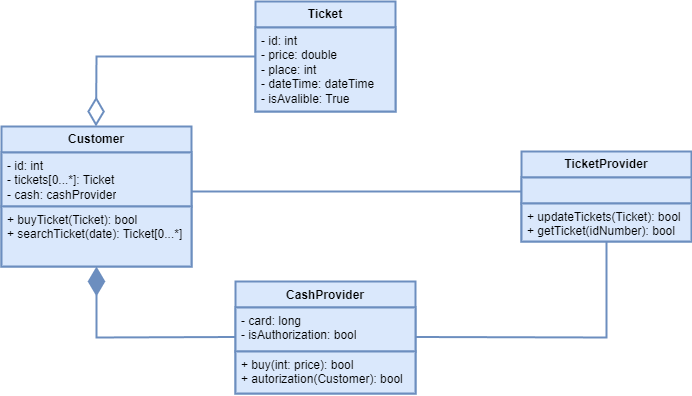
Above: hw04/UML.png in PavelVolchenko/SoftwareArchitecture (draw.io), before the change. Source tidied: cells renumbered, new cells last; positions are measured from the earlier drawing's top-left corner, leaving out a move shared by most shapes. Its diagram source:
```xml
<mxGraphModel>
  <root>
    <mxCell id="0" />
    <mxCell id="1" parent="0" />
    <mxCell id="2" value="&lt;b&gt;Ticket&lt;/b&gt;" style="swimlane;fontStyle=0;horizontal=1;startSize=26;fillColor=#dae8fc;whiteSpace=wrap;html=1;strokeColor=#6c8ebf;strokeWidth=2;" parent="1" vertex="1">
      <mxGeometry x="254" width="140" height="110" as="geometry" />
    </mxCell>
    <mxCell id="3" value="- id: int&lt;br&gt;- price: double&lt;br&gt;- place: int&lt;br&gt;- dateTime: dateTime&lt;br&gt;- isAvalible: True" style="text;strokeColor=#6c8ebf;fillColor=#dae8fc;align=left;verticalAlign=top;spacingLeft=4;spacingRight=4;overflow=hidden;whiteSpace=wrap;html=1;strokeWidth=2;" parent="2" vertex="1">
      <mxGeometry y="26" width="140" height="84" as="geometry" />
    </mxCell>
    <mxCell id="4" value="&lt;b&gt;Customer&lt;/b&gt;" style="swimlane;fontStyle=0;horizontal=1;startSize=26;fillColor=#dae8fc;whiteSpace=wrap;html=1;strokeColor=#6c8ebf;strokeWidth=2;" parent="1" vertex="1">
      <mxGeometry y="125" width="190" height="140" as="geometry" />
    </mxCell>
    <mxCell id="5" value="- id: int&lt;br&gt;- tickets[0...*]: Ticket&lt;br&gt;- cash: cashProvider" style="text;strokeColor=#6c8ebf;fillColor=#dae8fc;align=left;verticalAlign=top;spacingLeft=4;spacingRight=4;overflow=hidden;whiteSpace=wrap;html=1;strokeWidth=2;" parent="4" vertex="1">
      <mxGeometry y="26" width="190" height="54" as="geometry" />
    </mxCell>
    <mxCell id="6" value="+ buyTicket(Ticket): bool&lt;br&gt;+ searchTicket(date): Ticket[0...*]" style="text;strokeColor=#6c8ebf;fillColor=#dae8fc;align=left;verticalAlign=top;spacingLeft=4;spacingRight=4;overflow=hidden;points=[[0,0.5],[1,0.5]];portConstraint=eastwest;whiteSpace=wrap;html=1;strokeWidth=2;" parent="4" vertex="1">
      <mxGeometry y="80" width="190" height="60" as="geometry" />
    </mxCell>
    <mxCell id="7" value="&lt;b&gt;TicketProvider&lt;/b&gt;" style="swimlane;fontStyle=0;horizontal=1;startSize=26;fillColor=#dae8fc;whiteSpace=wrap;html=1;strokeColor=#6c8ebf;strokeWidth=2;" parent="1" vertex="1">
      <mxGeometry x="520" y="150" width="170" height="90" as="geometry" />
    </mxCell>
    <mxCell id="8" style="text;strokeColor=#6c8ebf;fillColor=#dae8fc;align=left;verticalAlign=top;spacingLeft=4;spacingRight=4;overflow=hidden;points=[[0,0.5],[1,0.5]];portConstraint=eastwest;whiteSpace=wrap;html=1;strokeWidth=2;" parent="7" vertex="1">
      <mxGeometry y="26" width="170" height="26" as="geometry" />
    </mxCell>
    <mxCell id="9" value="+ updateTickets(Ticket): bool&lt;br&gt;+ getTicket(idNumber): bool" style="text;strokeColor=#6c8ebf;fillColor=#dae8fc;align=left;verticalAlign=top;spacingLeft=4;spacingRight=4;overflow=hidden;whiteSpace=wrap;html=1;strokeWidth=2;" parent="7" vertex="1">
      <mxGeometry y="52" width="170" height="38" as="geometry" />
    </mxCell>
    <mxCell id="10" value="CashProvider" style="swimlane;fontStyle=1;align=center;verticalAlign=top;horizontal=1;startSize=26;whiteSpace=wrap;html=1;fillColor=#dae8fc;strokeColor=#6c8ebf;strokeWidth=2;" parent="1" vertex="1">
      <mxGeometry x="234" y="280" width="180" height="112" as="geometry" />
    </mxCell>
    <mxCell id="11" value="- card: long&lt;br&gt;-&amp;nbsp;isAuthorization: bool" style="text;strokeColor=#6c8ebf;fillColor=#dae8fc;align=left;verticalAlign=top;spacingLeft=4;spacingRight=4;overflow=hidden;points=[[0,0.5],[1,0.5]];portConstraint=eastwest;whiteSpace=wrap;html=1;strokeWidth=2;" parent="10" vertex="1">
      <mxGeometry y="26" width="180" height="44" as="geometry" />
    </mxCell>
    <mxCell id="12" value="+ buy(int: price): bool&lt;br&gt;+ autorization(Customer): bool" style="text;strokeColor=#6c8ebf;fillColor=#dae8fc;align=left;verticalAlign=top;spacingLeft=4;spacingRight=4;overflow=hidden;whiteSpace=wrap;html=1;strokeWidth=2;" parent="10" vertex="1">
      <mxGeometry y="70" width="180" height="42" as="geometry" />
    </mxCell>
    <mxCell id="13" style="endArrow=diamondThin;endFill=0;endSize=24;html=1;rounded=0;exitX=0;exitY=0.5;exitDx=0;exitDy=0;fillColor=#dae8fc;strokeColor=#6c8ebf;strokeWidth=2;" parent="1" edge="1" source="2">
      <mxGeometry relative="1" as="geometry">
        <mxPoint x="94.5" y="125" as="targetPoint" />
        <Array as="points">
          <mxPoint x="95" y="55" />
        </Array>
      </mxGeometry>
    </mxCell>
    <mxCell id="14" style="endArrow=diamondThin;endFill=1;endSize=24;html=1;rounded=0;entryX=0.5;entryY=1;entryDx=0;entryDy=0;fillColor=#dae8fc;strokeColor=#6c8ebf;strokeWidth=2;" parent="1" edge="1" target="4">
      <mxGeometry relative="1" as="geometry">
        <mxPoint x="234" y="335.5" as="sourcePoint" />
        <Array as="points">
          <mxPoint x="95" y="336" />
        </Array>
      </mxGeometry>
    </mxCell>
    <mxCell id="15" style="endArrow=none;html=1;edgeStyle=orthogonalEdgeStyle;rounded=0;entryX=0.5;entryY=1;entryDx=0;entryDy=0;fillColor=#dae8fc;strokeColor=#6c8ebf;strokeWidth=2;" parent="1" edge="1" target="7">
      <mxGeometry relative="1" as="geometry">
        <mxPoint x="414" y="335.5" as="sourcePoint" />
      </mxGeometry>
    </mxCell>
    <mxCell id="16" style="endArrow=none;html=1;edgeStyle=orthogonalEdgeStyle;rounded=0;fillColor=#dae8fc;strokeColor=#6c8ebf;strokeWidth=2;" parent="1" edge="1">
      <mxGeometry relative="1" as="geometry">
        <mxPoint x="190" y="190" as="sourcePoint" />
        <mxPoint x="520" y="190" as="targetPoint" />
      </mxGeometry>
    </mxCell>
  </root>
</mxGraphModel>
```
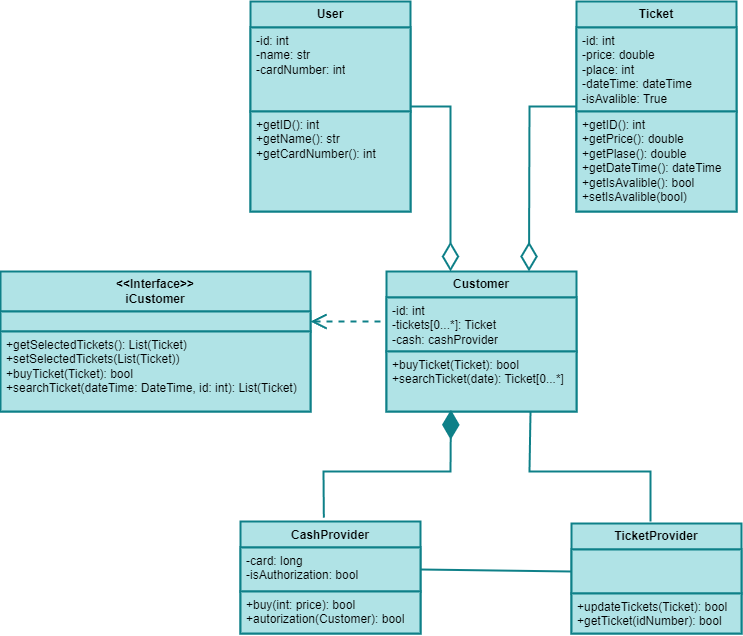
Above is the later version.

What changed in the source:
```diff
@@ -2,65 +2,101 @@
   <root>
     <mxCell id="0" />
     <mxCell id="1" parent="0" />
-    <mxCell id="2" value="&lt;b&gt;Ticket&lt;/b&gt;" style="swimlane;fontStyle=0;horizontal=1;startSize=26;fillColor=#dae8fc;whiteSpace=wrap;html=1;strokeColor=#6c8ebf;strokeWidth=2;" parent="1" vertex="1">
-      <mxGeometry x="254" width="140" height="110" as="geometry" />
+    <mxCell id="2" value="&lt;b&gt;Ticket&lt;/b&gt;" style="swimlane;fontStyle=0;horizontal=1;startSize=26;fillColor=#b0e3e6;whiteSpace=wrap;html=1;strokeColor=#0e8088;strokeWidth=2;" parent="1" vertex="1">
+      <mxGeometry x="396" y="-60" width="160" height="210" as="geometry" />
     </mxCell>
-    <mxCell id="3" value="- id: int&lt;br&gt;- price: double&lt;br&gt;- place: int&lt;br&gt;- dateTime: dateTime&lt;br&gt;- isAvalible: True" style="text;strokeColor=#6c8ebf;fillColor=#dae8fc;align=left;verticalAlign=top;spacingLeft=4;spacingRight=4;overflow=hidden;whiteSpace=wrap;html=1;strokeWidth=2;" parent="2" vertex="1">
-      <mxGeometry y="26" width="140" height="84" as="geometry" />
+    <mxCell id="3" value="-id: int&lt;br&gt;-price: double&lt;br&gt;-place: int&lt;br&gt;-dateTime: dateTime&lt;br&gt;-isAvalible: True" style="text;strokeColor=#0e8088;fillColor=#b0e3e6;align=left;verticalAlign=top;spacingLeft=4;spacingRight=4;overflow=hidden;whiteSpace=wrap;html=1;strokeWidth=2;" parent="2" vertex="1">
+      <mxGeometry y="26" width="160" height="84" as="geometry" />
     </mxCell>
+    <mxCell id="17" value="+getID(): int&lt;br&gt;+getPrice(): double&lt;br&gt;+getPlase(): double&lt;br&gt;+getDateTime(): dateTime&lt;br&gt;+getIsAvalible(): bool&lt;br&gt;+setIsAvalible(bool)" style="text;strokeColor=#0e8088;fillColor=#b0e3e6;align=left;verticalAlign=top;spacingLeft=4;spacingRight=4;overflow=hidden;whiteSpace=wrap;html=1;strokeWidth=2;" parent="2" vertex="1">
+      <mxGeometry y="110" width="160" height="100" as="geometry" />
+    </mxCell>
-    <mxCell id="4" value="&lt;b&gt;Customer&lt;/b&gt;" style="swimlane;fontStyle=0;horizontal=1;startSize=26;fillColor=#dae8fc;whiteSpace=wrap;html=1;strokeColor=#6c8ebf;strokeWidth=2;" parent="1" vertex="1">
-      <mxGeometry y="125" width="190" height="140" as="geometry" />
+    <mxCell id="4" value="&lt;b&gt;Customer&lt;/b&gt;" style="swimlane;fontStyle=0;horizontal=1;startSize=26;fillColor=#b0e3e6;whiteSpace=wrap;html=1;strokeColor=#0e8088;strokeWidth=2;" parent="1" vertex="1">
+      <mxGeometry x="206" y="210" width="190" height="140" as="geometry" />
     </mxCell>
-    <mxCell id="5" value="- id: int&lt;br&gt;- tickets[0...*]: Ticket&lt;br&gt;- cash: cashProvider" style="text;strokeColor=#6c8ebf;fillColor=#dae8fc;align=left;verticalAlign=top;spacingLeft=4;spacingRight=4;overflow=hidden;whiteSpace=wrap;html=1;strokeWidth=2;" parent="4" vertex="1">
+    <mxCell id="5" value="-id: int&lt;br&gt;-tickets[0...*]: Ticket&lt;br&gt;-cash: cashProvider" style="text;strokeColor=#0e8088;fillColor=#b0e3e6;align=left;verticalAlign=top;spacingLeft=4;spacingRight=4;overflow=hidden;whiteSpace=wrap;html=1;strokeWidth=2;" parent="4" vertex="1">
       <mxGeometry y="26" width="190" height="54" as="geometry" />
     </mxCell>
-    <mxCell id="6" value="+ buyTicket(Ticket): bool&lt;br&gt;+ searchTicket(date): Ticket[0...*]" style="text;strokeColor=#6c8ebf;fillColor=#dae8fc;align=left;verticalAlign=top;spacingLeft=4;spacingRight=4;overflow=hidden;points=[[0,0.5],[1,0.5]];portConstraint=eastwest;whiteSpace=wrap;html=1;strokeWidth=2;" parent="4" vertex="1">
+    <mxCell id="6" value="+buyTicket(Ticket): bool&lt;br&gt;+searchTicket(date): Ticket[0...*]" style="text;strokeColor=#0e8088;fillColor=#b0e3e6;align=left;verticalAlign=top;spacingLeft=4;spacingRight=4;overflow=hidden;points=[[0,0.5],[1,0.5]];portConstraint=eastwest;whiteSpace=wrap;html=1;strokeWidth=2;" parent="4" vertex="1">
       <mxGeometry y="80" width="190" height="60" as="geometry" />
     </mxCell>
-    <mxCell id="7" value="&lt;b&gt;TicketProvider&lt;/b&gt;" style="swimlane;fontStyle=0;horizontal=1;startSize=26;fillColor=#dae8fc;whiteSpace=wrap;html=1;strokeColor=#6c8ebf;strokeWidth=2;" parent="1" vertex="1">
-      <mxGeometry x="520" y="150" width="170" height="90" as="geometry" />
+    <mxCell id="7" value="&lt;b&gt;TicketProvider&lt;/b&gt;" style="swimlane;fontStyle=0;horizontal=1;startSize=26;fillColor=#b0e3e6;whiteSpace=wrap;html=1;strokeColor=#0e8088;strokeWidth=2;" parent="1" vertex="1">
+      <mxGeometry x="391" y="462" width="170" height="110" as="geometry" />
     </mxCell>
-    <mxCell id="8" style="text;strokeColor=#6c8ebf;fillColor=#dae8fc;align=left;verticalAlign=top;spacingLeft=4;spacingRight=4;overflow=hidden;points=[[0,0.5],[1,0.5]];portConstraint=eastwest;whiteSpace=wrap;html=1;strokeWidth=2;" parent="7" vertex="1">
-      <mxGeometry y="26" width="170" height="26" as="geometry" />
+    <mxCell id="8" style="text;strokeColor=#0e8088;fillColor=#b0e3e6;align=left;verticalAlign=top;spacingLeft=4;spacingRight=4;overflow=hidden;points=[[0,0.5],[1,0.5]];portConstraint=eastwest;whiteSpace=wrap;html=1;strokeWidth=2;" parent="7" vertex="1">
+      <mxGeometry y="26" width="170" height="44" as="geometry" />
     </mxCell>
-    <mxCell id="9" value="+ updateTickets(Ticket): bool&lt;br&gt;+ getTicket(idNumber): bool" style="text;strokeColor=#6c8ebf;fillColor=#dae8fc;align=left;verticalAlign=top;spacingLeft=4;spacingRight=4;overflow=hidden;whiteSpace=wrap;html=1;strokeWidth=2;" parent="7" vertex="1">
-      <mxGeometry y="52" width="170" height="38" as="geometry" />
+    <mxCell id="9" value="+updateTickets(Ticket): bool&lt;br&gt;+getTicket(idNumber): bool" style="text;strokeColor=#0e8088;fillColor=#b0e3e6;align=left;verticalAlign=top;spacingLeft=4;spacingRight=4;overflow=hidden;whiteSpace=wrap;html=1;strokeWidth=2;" parent="7" vertex="1">
+      <mxGeometry y="70" width="170" height="40" as="geometry" />
     </mxCell>
-    <mxCell id="10" value="CashProvider" style="swimlane;fontStyle=1;align=center;verticalAlign=top;horizontal=1;startSize=26;whiteSpace=wrap;html=1;fillColor=#dae8fc;strokeColor=#6c8ebf;strokeWidth=2;" parent="1" vertex="1">
-      <mxGeometry x="234" y="280" width="180" height="112" as="geometry" />
+    <mxCell id="10" value="CashProvider" style="swimlane;fontStyle=1;align=center;verticalAlign=top;horizontal=1;startSize=26;whiteSpace=wrap;html=1;fillColor=#b0e3e6;strokeColor=#0e8088;strokeWidth=2;" parent="1" vertex="1">
+      <mxGeometry x="60" y="460" width="180" height="112" as="geometry" />
     </mxCell>
-    <mxCell id="11" value="- card: long&lt;br&gt;-&amp;nbsp;isAuthorization: bool" style="text;strokeColor=#6c8ebf;fillColor=#dae8fc;align=left;verticalAlign=top;spacingLeft=4;spacingRight=4;overflow=hidden;points=[[0,0.5],[1,0.5]];portConstraint=eastwest;whiteSpace=wrap;html=1;strokeWidth=2;" parent="10" vertex="1">
+    <mxCell id="11" value="-card: long&lt;br&gt;-isAuthorization: bool" style="text;strokeColor=#0e8088;fillColor=#b0e3e6;align=left;verticalAlign=top;spacingLeft=4;spacingRight=4;overflow=hidden;points=[[0,0.5],[1,0.5]];portConstraint=eastwest;whiteSpace=wrap;html=1;strokeWidth=2;" parent="10" vertex="1">
       <mxGeometry y="26" width="180" height="44" as="geometry" />
     </mxCell>
-    <mxCell id="12" value="+ buy(int: price): bool&lt;br&gt;+ autorization(Customer): bool" style="text;strokeColor=#6c8ebf;fillColor=#dae8fc;align=left;verticalAlign=top;spacingLeft=4;spacingRight=4;overflow=hidden;whiteSpace=wrap;html=1;strokeWidth=2;" parent="10" vertex="1">
+    <mxCell id="12" value="+buy(int: price): bool&lt;br&gt;+autorization(Customer): bool" style="text;strokeColor=#0e8088;fillColor=#b0e3e6;align=left;verticalAlign=top;spacingLeft=4;spacingRight=4;overflow=hidden;whiteSpace=wrap;html=1;strokeWidth=2;" parent="10" vertex="1">
       <mxGeometry y="70" width="180" height="42" as="geometry" />
     </mxCell>
-    <mxCell id="13" style="endArrow=diamondThin;endFill=0;endSize=24;html=1;rounded=0;exitX=0;exitY=0.5;exitDx=0;exitDy=0;fillColor=#dae8fc;strokeColor=#6c8ebf;strokeWidth=2;" parent="1" edge="1" source="2">
+    <mxCell id="13" style="endArrow=diamondThin;endFill=0;endSize=24;html=1;rounded=0;exitX=0;exitY=0.5;exitDx=0;exitDy=0;fillColor=#b0e3e6;strokeColor=#0e8088;strokeWidth=2;entryX=0.75;entryY=0;entryDx=0;entryDy=0;" parent="1" edge="1" source="2" target="4">
       <mxGeometry relative="1" as="geometry">
-        <mxPoint x="94.5" y="125" as="targetPoint" />
         <Array as="points">
-          <mxPoint x="95" y="55" />
+          <mxPoint x="349" y="45" />
         </Array>
       </mxGeometry>
     </mxCell>
-    <mxCell id="14" style="endArrow=diamondThin;endFill=1;endSize=24;html=1;rounded=0;entryX=0.5;entryY=1;entryDx=0;entryDy=0;fillColor=#dae8fc;strokeColor=#6c8ebf;strokeWidth=2;" parent="1" edge="1" target="4">
+    <mxCell id="14" style="endArrow=diamondThin;endFill=1;endSize=24;html=1;rounded=0;entryX=0.339;entryY=0.972;entryDx=0;entryDy=0;fillColor=#b0e3e6;strokeColor=#0e8088;strokeWidth=2;exitX=0.463;exitY=-0.034;exitDx=0;exitDy=0;exitPerimeter=0;entryPerimeter=0;" parent="1" edge="1" source="10" target="6">
       <mxGeometry relative="1" as="geometry">
-        <mxPoint x="234" y="335.5" as="sourcePoint" />
         <Array as="points">
-          <mxPoint x="95" y="336" />
+          <mxPoint x="143" y="410" />
+          <mxPoint x="270" y="410" />
         </Array>
       </mxGeometry>
     </mxCell>
-    <mxCell id="15" style="endArrow=none;html=1;edgeStyle=orthogonalEdgeStyle;rounded=0;entryX=0.5;entryY=1;entryDx=0;entryDy=0;fillColor=#dae8fc;strokeColor=#6c8ebf;strokeWidth=2;" parent="1" edge="1" target="7">
-      <mxGeometry relative="1" as="geometry">
-        <mxPoint x="414" y="335.5" as="sourcePoint" />
-      </mxGeometry>
-    </mxCell>
-    <mxCell id="16" style="endArrow=none;html=1;edgeStyle=orthogonalEdgeStyle;rounded=0;fillColor=#dae8fc;strokeColor=#6c8ebf;strokeWidth=2;" parent="1" edge="1">
-      <mxGeometry relative="1" as="geometry">
-        <mxPoint x="190" y="190" as="sourcePoint" />
-        <mxPoint x="520" y="190" as="targetPoint" />
-      </mxGeometry>
-    </mxCell>
+    <mxCell id="18" style="endArrow=none;html=1;rounded=0;entryX=0;entryY=0.5;entryDx=0;entryDy=0;exitX=1;exitY=0.5;exitDx=0;exitDy=0;fillColor=#b0e3e6;strokeColor=#0e8088;strokeWidth=2;" parent="1" edge="1" source="11" target="8">
+      <mxGeometry relative="1" as="geometry" />
+    </mxCell>
+    <mxCell id="19" value="&lt;b&gt;User&lt;/b&gt;" style="swimlane;fontStyle=0;horizontal=1;startSize=26;fillColor=#b0e3e6;whiteSpace=wrap;html=1;strokeColor=#0e8088;strokeWidth=2;" parent="1" vertex="1">
+      <mxGeometry x="70" y="-60" width="160" height="210" as="geometry" />
+    </mxCell>
+    <mxCell id="20" value="-id: int&lt;br&gt;-name: str&lt;br&gt;-cardNumber: int&lt;br&gt;&lt;br&gt;" style="text;strokeColor=#0e8088;fillColor=#b0e3e6;align=left;verticalAlign=top;spacingLeft=4;spacingRight=4;overflow=hidden;whiteSpace=wrap;html=1;strokeWidth=2;" parent="19" vertex="1">
+      <mxGeometry y="26" width="160" height="84" as="geometry" />
+    </mxCell>
+    <mxCell id="21" value="+getID(): int&lt;br&gt;+getName(): str&lt;br&gt;+getCardNumber(): int&lt;br&gt;" style="text;strokeColor=#0e8088;fillColor=#b0e3e6;align=left;verticalAlign=top;spacingLeft=4;spacingRight=4;overflow=hidden;whiteSpace=wrap;html=1;strokeWidth=2;" parent="19" vertex="1">
+      <mxGeometry y="110" width="160" height="100" as="geometry" />
+    </mxCell>
+    <mxCell id="22" style="endArrow=diamondThin;endFill=0;endSize=24;html=1;rounded=0;exitX=1;exitY=0.5;exitDx=0;exitDy=0;fillColor=#b0e3e6;strokeColor=#0e8088;strokeWidth=2;entryX=0.75;entryY=0;entryDx=0;entryDy=0;" parent="1" edge="1" source="19">
+      <mxGeometry relative="1" as="geometry">
+        <mxPoint x="270" y="210" as="targetPoint" />
+        <Array as="points">
+          <mxPoint x="270" y="45" />
+        </Array>
+      </mxGeometry>
+    </mxCell>
+    <mxCell id="23" style="endArrow=none;html=1;rounded=0;fillColor=#b0e3e6;strokeColor=#0e8088;strokeWidth=2;" parent="1" edge="1">
+      <mxGeometry relative="1" as="geometry">
+        <mxPoint x="470" y="460" as="sourcePoint" />
+        <mxPoint x="350" y="350" as="targetPoint" />
+        <Array as="points">
+          <mxPoint x="470" y="410" />
+          <mxPoint x="349" y="410" />
+        </Array>
+      </mxGeometry>
+    </mxCell>
+    <mxCell id="24" value="&lt;b&gt;&amp;lt;&amp;lt;Interface&amp;gt;&amp;gt;&lt;br&gt;iCustomer&lt;br&gt;&lt;/b&gt;" style="swimlane;fontStyle=0;horizontal=1;startSize=40;fillColor=#b0e3e6;whiteSpace=wrap;html=1;strokeColor=#0e8088;strokeWidth=2;" parent="1" vertex="1">
+      <mxGeometry x="-180" y="210" width="310" height="140" as="geometry" />
+    </mxCell>
+    <mxCell id="25" style="text;strokeColor=#0e8088;fillColor=#b0e3e6;align=left;verticalAlign=top;spacingLeft=4;spacingRight=4;overflow=hidden;whiteSpace=wrap;html=1;strokeWidth=2;" parent="24" vertex="1">
+      <mxGeometry y="40" width="310" height="20" as="geometry" />
+    </mxCell>
+    <mxCell id="26" value="+getSelectedTickets(): List(Ticket)&lt;br&gt;+setSelectedTickets(List(Ticket))&lt;br&gt;+buyTicket(Ticket): bool&lt;br&gt;+searchTicket(dateTime: DateTime, id: int): List(Ticket)" style="text;strokeColor=#0e8088;fillColor=#b0e3e6;align=left;verticalAlign=top;spacingLeft=4;spacingRight=4;overflow=hidden;whiteSpace=wrap;html=1;strokeWidth=2;" parent="24" vertex="1">
+      <mxGeometry y="60" width="310" height="80" as="geometry" />
+    </mxCell>
+    <mxCell id="27" style="endArrow=open;endSize=12;dashed=1;html=1;rounded=0;fillColor=#b0e3e6;strokeColor=#0e8088;strokeWidth=2;" parent="1" edge="1">
+      <mxGeometry relative="1" as="geometry">
+        <mxPoint x="200" y="260" as="sourcePoint" />
+        <mxPoint x="130" y="260" as="targetPoint" />
+      </mxGeometry>
+    </mxCell>
   </root>
 </mxGraphModel>
```
